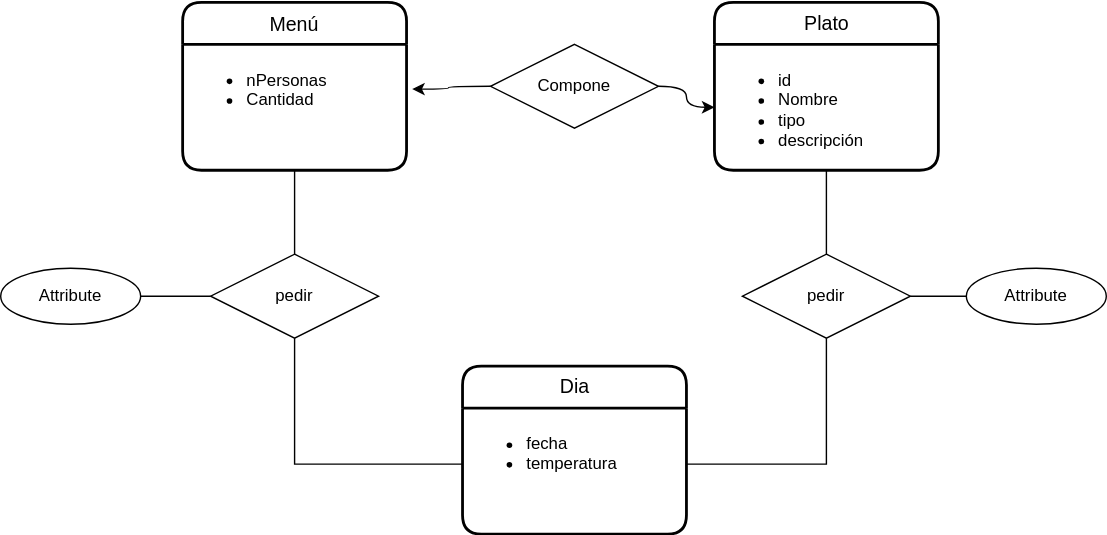
Jimxx22/C3-UD11-UML keeps this draw.io diagram as UD12-15.svg. Above is the earlier version. Source tidied: cells renumbered, new cells last; positions are measured from the earlier drawing's top-left corner, leaving out a move shared by most shapes.
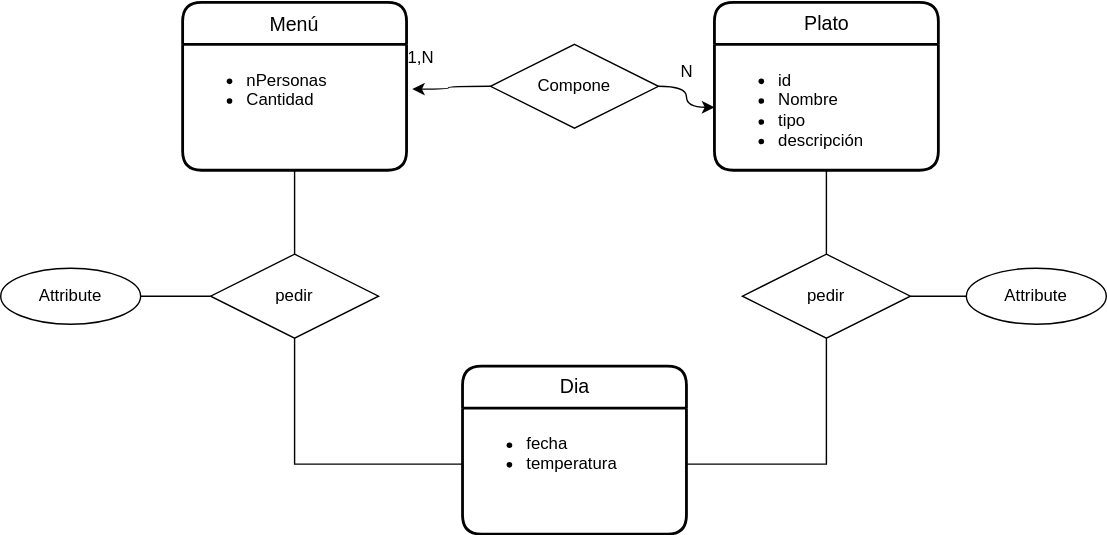
The same file after the commit.

What changed in the source:
```diff
@@ -57,9 +57,15 @@
     <mxCell id="16" style="endArrow=none;html=1;rounded=0;labelBackgroundColor=none;entryX=0.5;entryY=0;entryDx=0;entryDy=0;exitX=0.5;exitY=1;exitDx=0;exitDy=0;" parent="1" edge="1" source="3" target="12">
       <mxGeometry relative="1" as="geometry" />
     </mxCell>
+    <mxCell id="21" value="N" style="text;html=1;align=center;verticalAlign=middle;strokeColor=none;fillColor=none;" parent="1" vertex="1">
+      <mxGeometry x="475" y="35" width="30" height="30" as="geometry" />
+    </mxCell>
     <mxCell id="17" value="Attribute" style="ellipse;whiteSpace=wrap;html=1;align=center;labelBackgroundColor=none;" parent="1" vertex="1">
       <mxGeometry x="690" y="190" width="100" height="40" as="geometry" />
     </mxCell>
+    <mxCell id="22" value="1,N" style="text;html=1;align=center;verticalAlign=middle;strokeColor=none;fillColor=none;" parent="1" vertex="1">
+      <mxGeometry x="280" y="25" width="40" height="30" as="geometry" />
+    </mxCell>
     <mxCell id="18" value="Attribute" style="ellipse;whiteSpace=wrap;html=1;align=center;labelBackgroundColor=none;" parent="1" vertex="1">
       <mxGeometry y="190" width="100" height="40" as="geometry" />
     </mxCell>
```
